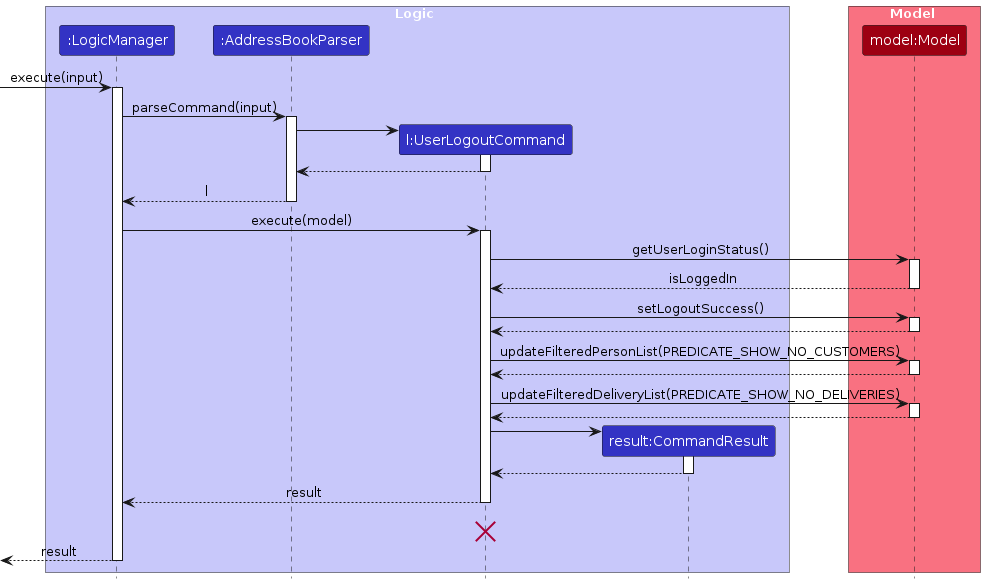
Earlier version of the PlantUML export diagrams/UserLogoutSequenceDiagram.png (zhonghan721/tp). Its source is kept beside it as diagrams/UserLogoutSequenceDiagram.puml. Its diagram source:
```plantuml
@startuml
!include style.puml
skinparam ArrowFontStyle plain

box Logic LOGIC_COLOR_T1
participant ":LogicManager" as LogicManager LOGIC_COLOR
participant ":AddressBookParser" as AddressBookParser LOGIC_COLOR
participant "l:UserLogoutCommand" as UserLogoutCommand LOGIC_COLOR
participant "result:CommandResult" as CommandResult LOGIC_COLOR
end box

box Model MODEL_COLOR_T1
participant "model:Model" as Model MODEL_COLOR
end box
[-> LogicManager : execute(input)
activate LogicManager

LogicManager -> AddressBookParser : parseCommand(input)
activate AddressBookParser

create UserLogoutCommand
AddressBookParser -> UserLogoutCommand
activate UserLogoutCommand

UserLogoutCommand --> AddressBookParser
deactivate UserLogoutCommand

AddressBookParser --> LogicManager : l
deactivate AddressBookParser

LogicManager -> UserLogoutCommand : execute(model)
activate UserLogoutCommand

UserLogoutCommand -> Model : getUserLoginStatus()
activate Model

Model --> UserLogoutCommand : isLoggedIn
deactivate Model

UserLogoutCommand -> Model : setLogoutSuccess()
activate Model

Model --> UserLogoutCommand
deactivate Model

UserLogoutCommand -> Model : updateFilteredPersonList(PREDICATE_SHOW_NO_CUSTOMERS)
activate Model

Model --> UserLogoutCommand
deactivate Model

UserLogoutCommand -> Model : updateFilteredDeliveryList(PREDICATE_SHOW_NO_DELIVERIES)
activate Model

Model --> UserLogoutCommand
deactivate Model

create CommandResult
UserLogoutCommand -> CommandResult
activate CommandResult

CommandResult --> UserLogoutCommand
deactivate CommandResult

UserLogoutCommand --> LogicManager : result
deactivate UserLogoutCommand
UserLogoutCommand -[hidden]-> LogicManager : result
destroy UserLogoutCommand

[<--LogicManager : result
deactivate LogicManager
@enduml
```
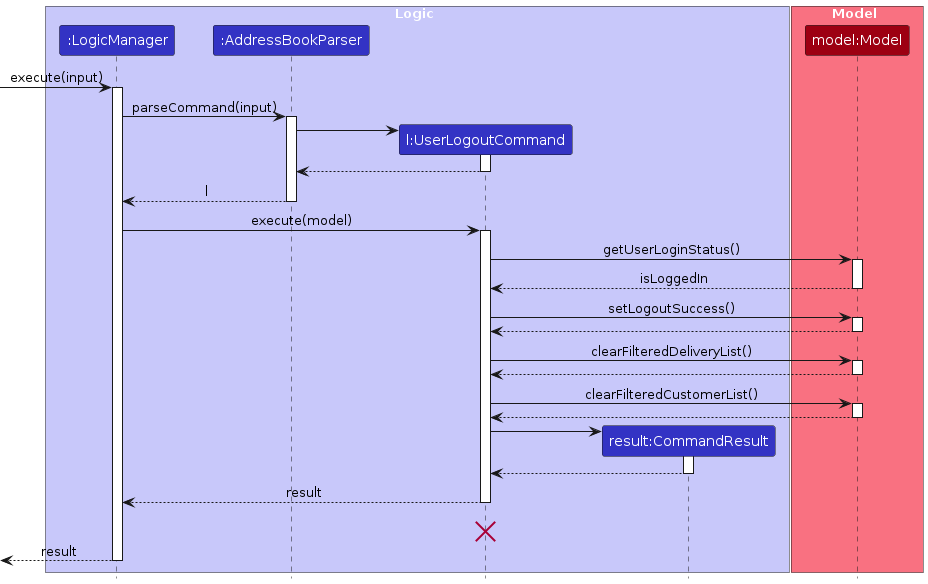
After the change.

Change to the diagram source:
```diff
@@ -43,13 +43,13 @@
 Model --> UserLogoutCommand
 deactivate Model
 
-UserLogoutCommand -> Model : updateFilteredPersonList(PREDICATE_SHOW_NO_CUSTOMERS)
+UserLogoutCommand -> Model : clearFilteredDeliveryList()
 activate Model
 
 Model --> UserLogoutCommand
 deactivate Model
 
-UserLogoutCommand -> Model : updateFilteredDeliveryList(PREDICATE_SHOW_NO_DELIVERIES)
+UserLogoutCommand -> Model : clearFilteredCustomerList()
 activate Model
 
 Model --> UserLogoutCommand
```
